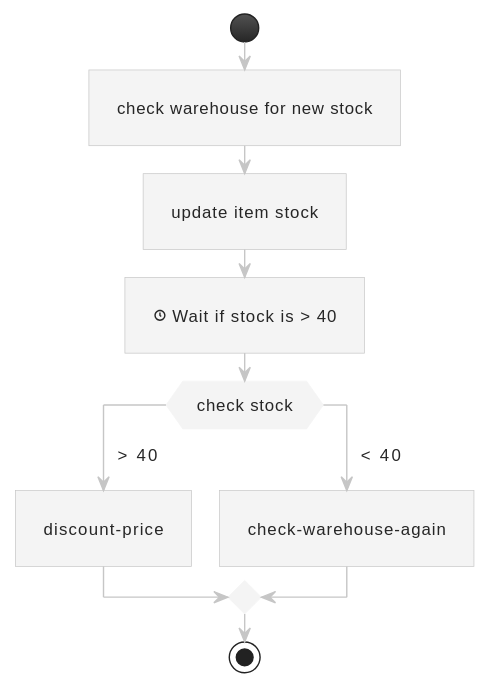
Above: example/check-warehouse.svg in sterlp/pmw (PlantUML), before the change. Source of this version:
```plantuml
@startuml
!theme carbon-gray
start
:check warehouse for new stock;
:update item stock;
:<&clock> Wait if stock is > 40;
switch (check stock)
case (> 40)
:discount-price;
case (< 40)
:check-warehouse-again;
endswitch
stop
@enduml
```
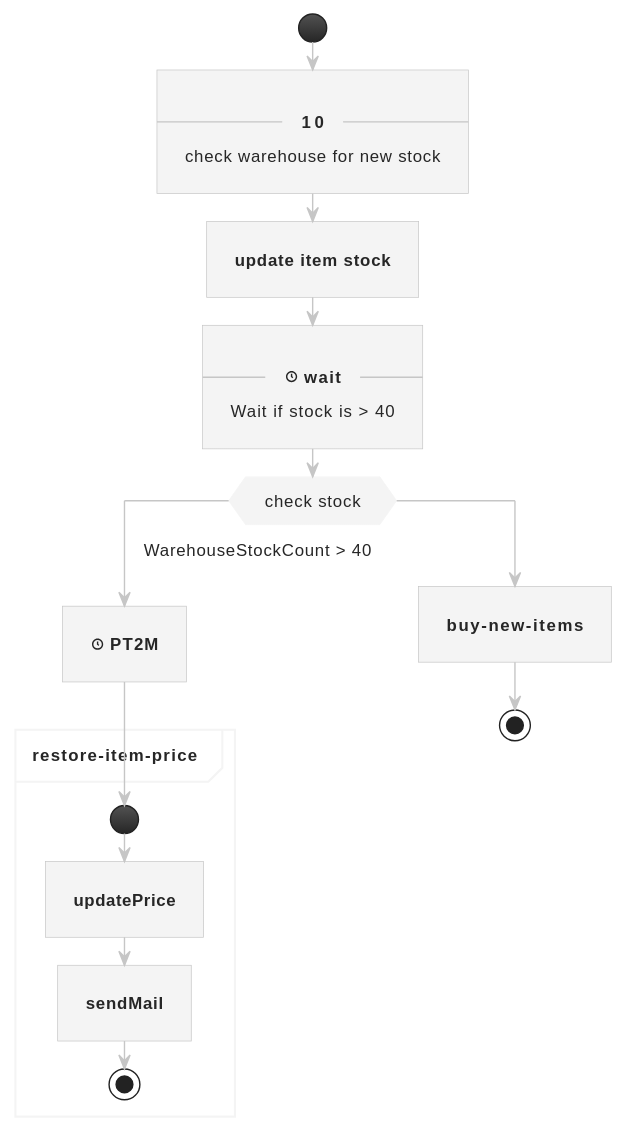
After the commit.

Diff of the diagram source:
```diff
@@ -1,14 +1,21 @@
 @startuml
 !theme carbon-gray
 start
-:check warehouse for new stock;
-:update item stock;
-:<&clock> Wait if stock is > 40;
-switch (check stock)
-case (> 40)
-:discount-price;
-case (< 40)
-:check-warehouse-again;
-endswitch
+  :-- **10** --
+  check warehouse for new stock;
+  :**update item stock**;
+  :-- **<&clock> wait** --
+  Wait if stock is > 40;
+  switch ( check stock )
+    case ( WarehouseStockCount > 40 )
+      :**<&clock> PT2M**;
+      partition "restore-item-price" {
+        start
+          :**updatePrice**;
+          :**sendMail**;
+        stop
+      }
+    case ()
+      :**buy-new-items**;
 stop
 @enduml
```
